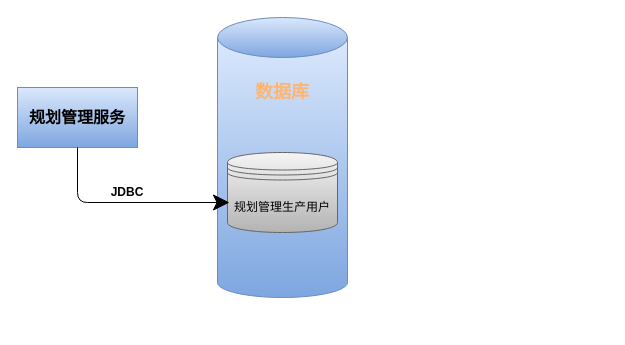
The draw.io diagram 湖南规划系统内部服务调用.drawio in gdaybreak/gtlRepository, before the edit. Source tidied: cells renumbered, new cells numbered last; positions are measured from the earlier drawing's top-left corner, leaving out a move shared by most shapes. Both pictures are drawn from the tidied source at 100%, with x=0, y=0 at pixel (17, 17).
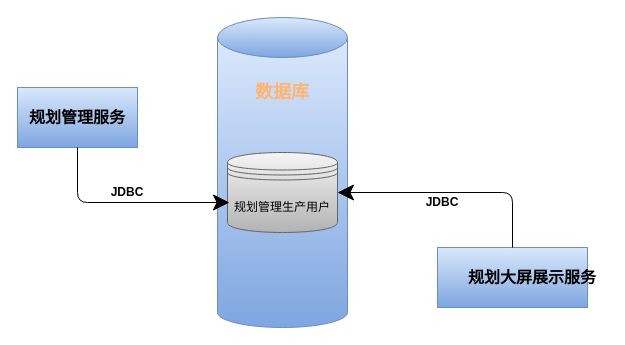
After the change.

Commit message:
Added 湖南规划系统内部服务调用.drawio

What changed in the source:
```diff
@@
 <mxGraphModel>
   <root>
     <mxCell id="0" />
     <mxCell id="1" parent="0" />
     <mxCell id="2" style="shape=cylinder3;whiteSpace=wrap;html=1;boundedLbl=1;backgroundOutline=1;size=15;lid=0;hachureGap=4;fillColor=#dae8fc;strokeColor=#6c8ebf;gradientColor=#7ea6e0;" parent="1" vertex="1">
-      <mxGeometry x="200" y="20" width="130" height="260" as="geometry" />
+      <mxGeometry x="200" y="20" width="130" height="290" as="geometry" />
     </mxCell>
     <mxCell id="3" style="verticalLabelPosition=bottom;verticalAlign=top;html=1;shape=mxgraph.flowchart.on-page_reference;hachureGap=4;gradientColor=#7ea6e0;fillColor=#dae8fc;strokeColor=#6c8ebf;" parent="1" vertex="1">
       <mxGeometry x="200" width="130" height="40" as="geometry" />
     </mxCell>
     <mxCell id="4" value="&lt;font style=&quot;font-size: 18px&quot; color=&quot;#ffb570&quot;&gt;&lt;b&gt;数据库&lt;/b&gt;&lt;/font&gt;" style="text;html=1;strokeColor=none;fillColor=none;align=center;verticalAlign=middle;whiteSpace=wrap;rounded=0;hachureGap=4;" parent="1" vertex="1">
       <mxGeometry x="230" y="60" width="70" height="30" as="geometry" />
     </mxCell>
     <mxCell id="5" style="shape=datastore;whiteSpace=wrap;html=1;hachureGap=4;gradientColor=#b3b3b3;fillColor=#f5f5f5;strokeColor=#666666;" parent="1" vertex="1">
       <mxGeometry x="210" y="135" width="110" height="80" as="geometry" />
     </mxCell>
     <mxCell id="6" value="规划管理生产用户" style="text;html=1;strokeColor=none;fillColor=none;align=center;verticalAlign=middle;whiteSpace=wrap;rounded=0;hachureGap=4;" parent="1" vertex="1">
       <mxGeometry x="215" y="180" width="100" height="20" as="geometry" />
     </mxCell>
     <mxCell id="7" style="rounded=0;whiteSpace=wrap;html=1;hachureGap=4;gradientColor=#7ea6e0;fillColor=#dae8fc;strokeColor=#6c8ebf;" parent="1" vertex="1">
       <mxGeometry y="70" width="120" height="60" as="geometry" />
     </mxCell>
     <mxCell id="8" value="&lt;b&gt;&lt;font style=&quot;font-size: 16px&quot;&gt;规划管理服务&lt;/font&gt;&lt;/b&gt;" style="text;html=1;strokeColor=none;fillColor=none;align=center;verticalAlign=middle;whiteSpace=wrap;rounded=0;hachureGap=4;" parent="1" vertex="1">
       <mxGeometry x="10" y="90" width="100" height="20" as="geometry" />
     </mxCell>
     <mxCell id="9" style="endArrow=classic;html=1;startSize=14;endSize=14;sourcePerimeterSpacing=8;targetPerimeterSpacing=8;exitX=0.5;exitY=1;exitDx=0;exitDy=0;entryX=0.018;entryY=0.625;entryDx=0;entryDy=0;entryPerimeter=0;" parent="1" edge="1" source="7" target="5">
       <mxGeometry relative="1" as="geometry">
         <Array as="points">
           <mxPoint x="60" y="185" />
         </Array>
       </mxGeometry>
     </mxCell>
     <mxCell id="10" value="&lt;b&gt;JDBC&lt;/b&gt;" style="text;html=1;strokeColor=none;fillColor=none;align=center;verticalAlign=middle;whiteSpace=wrap;rounded=0;hachureGap=4;" parent="1" vertex="1">
       <mxGeometry x="90" y="165" width="40" height="20" as="geometry" />
     </mxCell>
+    <mxCell id="11" style="rounded=0;whiteSpace=wrap;html=1;hachureGap=4;fillColor=#dae8fc;strokeColor=#6c8ebf;gradientColor=#7ea6e0;" parent="1" vertex="1">
+      <mxGeometry x="420" y="230" width="150" height="60" as="geometry" />
+    </mxCell>
+    <mxCell id="12" value="&lt;b&gt;&lt;font style=&quot;font-size: 16px&quot;&gt;规划大屏展示服务&lt;/font&gt;&lt;/b&gt;" style="text;html=1;strokeColor=none;fillColor=none;align=center;verticalAlign=middle;whiteSpace=wrap;rounded=0;hachureGap=4;" parent="1" vertex="1">
+      <mxGeometry x="440" y="250" width="150" height="20" as="geometry" />
+    </mxCell>
+    <mxCell id="13" style="endArrow=classic;html=1;startSize=14;endSize=14;sourcePerimeterSpacing=8;targetPerimeterSpacing=8;exitX=0.5;exitY=0;exitDx=0;exitDy=0;entryX=1;entryY=0.5;entryDx=0;entryDy=0;" parent="1" edge="1" source="11" target="5">
+      <mxGeometry relative="1" as="geometry">
+        <Array as="points">
+          <mxPoint x="495" y="175" />
+        </Array>
+      </mxGeometry>
+    </mxCell>
+    <mxCell id="14" value="&lt;b&gt;JDBC&lt;/b&gt;" style="text;html=1;strokeColor=none;fillColor=none;align=center;verticalAlign=middle;whiteSpace=wrap;rounded=0;hachureGap=4;" parent="1" vertex="1">
+      <mxGeometry x="400" y="170" width="50" height="30" as="geometry" />
+    </mxCell>
   </root>
 </mxGraphModel>
```
